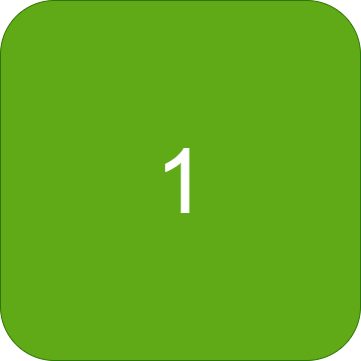
zintom69/Game-Rush-Hour keeps this draw.io diagram as Rush Hour Main/assets/MapButtons/1(B).png. Above is the earlier version. Source tidied: cells renumbered, new cells last; positions are measured from the earlier drawing's top-left corner, leaving out a move shared by most shapes. The source it was exported from:
```xml
<mxGraphModel>
  <root>
    <mxCell id="0" />
    <mxCell id="1" parent="0" />
    <mxCell id="2" value="&lt;font style=&quot;font-size: 90px;&quot;&gt;1&lt;/font&gt;" style="rounded=1;whiteSpace=wrap;html=1;fillColor=#60a917;fontColor=#ffffff;strokeColor=#2D7600;" parent="1" vertex="1">
      <mxGeometry width="360" height="360" as="geometry" />
    </mxCell>
  </root>
</mxGraphModel>
```
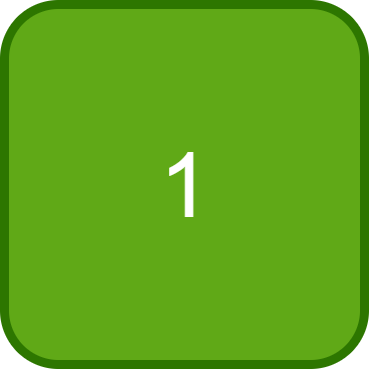
After the commit.

Diff of the diagram source:
```diff
@@ -2,7 +2,7 @@
   <root>
     <mxCell id="0" />
     <mxCell id="1" parent="0" />
-    <mxCell id="2" value="&lt;font style=&quot;font-size: 90px;&quot;&gt;1&lt;/font&gt;" style="rounded=1;whiteSpace=wrap;html=1;fillColor=#60a917;fontColor=#ffffff;strokeColor=#2D7600;" parent="1" vertex="1">
+    <mxCell id="2" value="&lt;span style=&quot;font-size: 90px;&quot;&gt;1&lt;/span&gt;" style="rounded=1;whiteSpace=wrap;html=1;strokeWidth=9;fillColor=#60a917;fontColor=#ffffff;strokeColor=#2D7600;" parent="1" vertex="1">
       <mxGeometry width="360" height="360" as="geometry" />
     </mxCell>
   </root>
```
